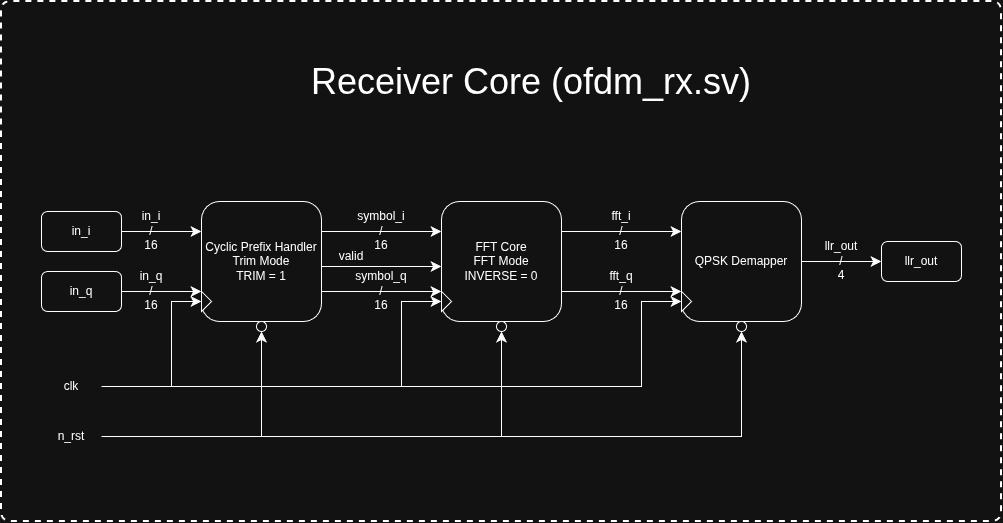
Earlier version of the draw.io export diagrams/receivercorertl.png (Yauk-An-Ant/OFDM-Baseband-PHY-FPGA). Source tidied: cells renumbered, new cells last; positions are measured from the earlier drawing's top-left corner, leaving out a move shared by most shapes.
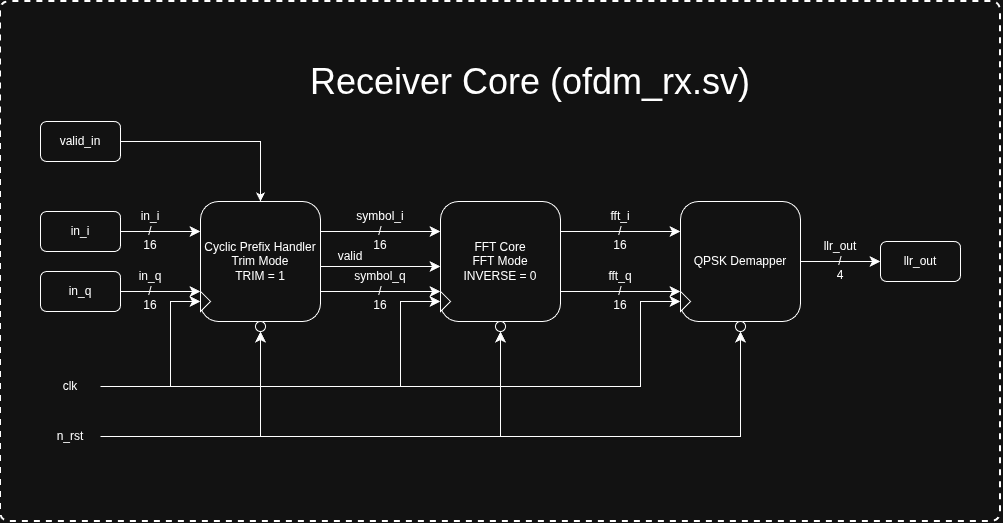
The same file after the commit.

Commit message:
Receiver core diagram fix

Change to the diagram source:
```diff
@@ -143,5 +143,11 @@
     <mxCell id="39" value="valid" style="text;html=1;whiteSpace=wrap;strokeColor=none;fillColor=none;align=center;verticalAlign=middle;rounded=0;" parent="1" vertex="1">
       <mxGeometry x="320" y="240" width="60" height="30" as="geometry" />
     </mxCell>
+    <mxCell id="40" style="edgeStyle=orthogonalEdgeStyle;rounded=0;jettySize=auto;html=1;exitX=1;exitY=0.5;exitDx=0;exitDy=0;" parent="1" edge="1" source="41" target="11">
+      <mxGeometry relative="1" as="geometry" />
+    </mxCell>
+    <mxCell id="41" value="valid_in" style="rounded=1;whiteSpace=wrap;html=1;fontFamily=Helvetica;fontSize=12;fontColor=default;labelBackgroundColor=default;" parent="1" vertex="1">
+      <mxGeometry x="40" y="120" width="80" height="40" as="geometry" />
+    </mxCell>
   </root>
 </mxGraphModel>
```
